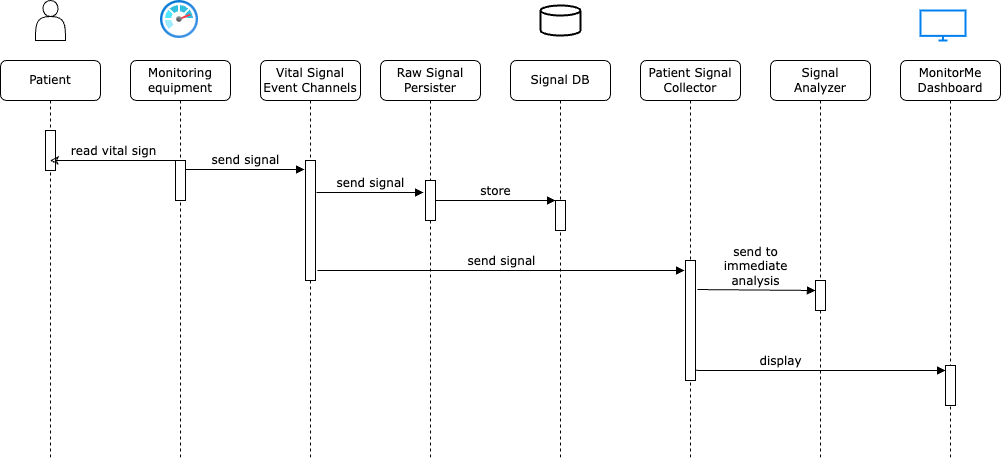
The draw.io diagram diagrams/arch_kata_comm_UC1_collect_signal.drawio.png in amahnke-tsystems/ArchiTeam, before a commit. Source tidied: cells renumbered, new cells last; positions are measured from the earlier drawing's top-left corner, leaving out a move shared by most shapes.
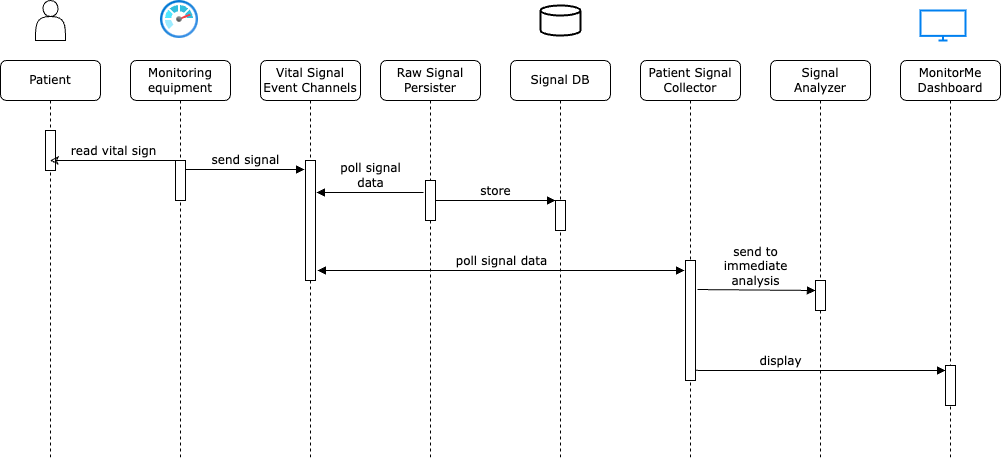
Later version of the same file.

Commit message:
fixed directions of polling arrows

Diff of the diagram source:
```diff
@@ -59,7 +59,7 @@
     <mxCell id="18" style="html=1;points=[];perimeter=orthogonalPerimeter;rounded=0;shadow=0;comic=0;labelBackgroundColor=none;strokeColor=#000000;strokeWidth=1;fillColor=#FFFFFF;fontFamily=Verdana;fontSize=12;fontColor=#000000;align=center;" parent="17" vertex="1">
       <mxGeometry x="45" y="100" width="10" height="120" as="geometry" />
     </mxCell>
-    <mxCell id="19" value="send signal" style="html=1;verticalAlign=bottom;endArrow=block;labelBackgroundColor=none;fontFamily=Verdana;fontSize=12;edgeStyle=elbowEdgeStyle;elbow=vertical;entryX=-0.2;entryY=0.3;entryDx=0;entryDy=0;entryPerimeter=0;exitX=1.1;exitY=0.267;exitDx=0;exitDy=0;exitPerimeter=0;" parent="1" edge="1" source="18" target="5">
+    <mxCell id="19" value="poll signal&lt;br&gt;data" style="html=1;verticalAlign=bottom;endArrow=none;labelBackgroundColor=none;fontFamily=Verdana;fontSize=12;edgeStyle=elbowEdgeStyle;elbow=vertical;entryX=-0.2;entryY=0.3;entryDx=0;entryDy=0;entryPerimeter=0;exitX=1.1;exitY=0.267;exitDx=0;exitDy=0;exitPerimeter=0;endFill=0;startArrow=block;startFill=1;" parent="1" edge="1" source="18" target="5">
       <mxGeometry relative="1" as="geometry" />
     </mxCell>
     <mxCell id="20" value="Patient Signal Collector" style="shape=umlLifeline;perimeter=lifelinePerimeter;whiteSpace=wrap;html=1;rounded=1;shadow=0;comic=0;labelBackgroundColor=none;strokeWidth=1;fontFamily=Verdana;fontSize=12;align=center;" parent="1" vertex="1">
@@ -82,7 +82,7 @@
         </Array>
       </mxGeometry>
     </mxCell>
-    <mxCell id="24" value="send signal" style="html=1;verticalAlign=bottom;endArrow=block;labelBackgroundColor=none;fontFamily=Verdana;fontSize=12;edgeStyle=elbowEdgeStyle;elbow=vertical;entryX=-0.1;entryY=0.083;entryDx=0;entryDy=0;entryPerimeter=0;exitX=1.2;exitY=0.917;exitDx=0;exitDy=0;exitPerimeter=0;" parent="1" edge="1" source="18" target="21">
+    <mxCell id="24" value="poll signal data" style="html=1;verticalAlign=bottom;endArrow=block;labelBackgroundColor=none;fontFamily=Verdana;fontSize=12;edgeStyle=elbowEdgeStyle;elbow=vertical;entryX=-0.1;entryY=0.083;entryDx=0;entryDy=0;entryPerimeter=0;exitX=1.2;exitY=0.917;exitDx=0;exitDy=0;exitPerimeter=0;startArrow=block;startFill=1;" parent="1" edge="1" source="18" target="21">
       <mxGeometry relative="1" as="geometry" />
     </mxCell>
     <mxCell id="25" style="shape=actor;whiteSpace=wrap;html=1;" parent="1" vertex="1">
```
